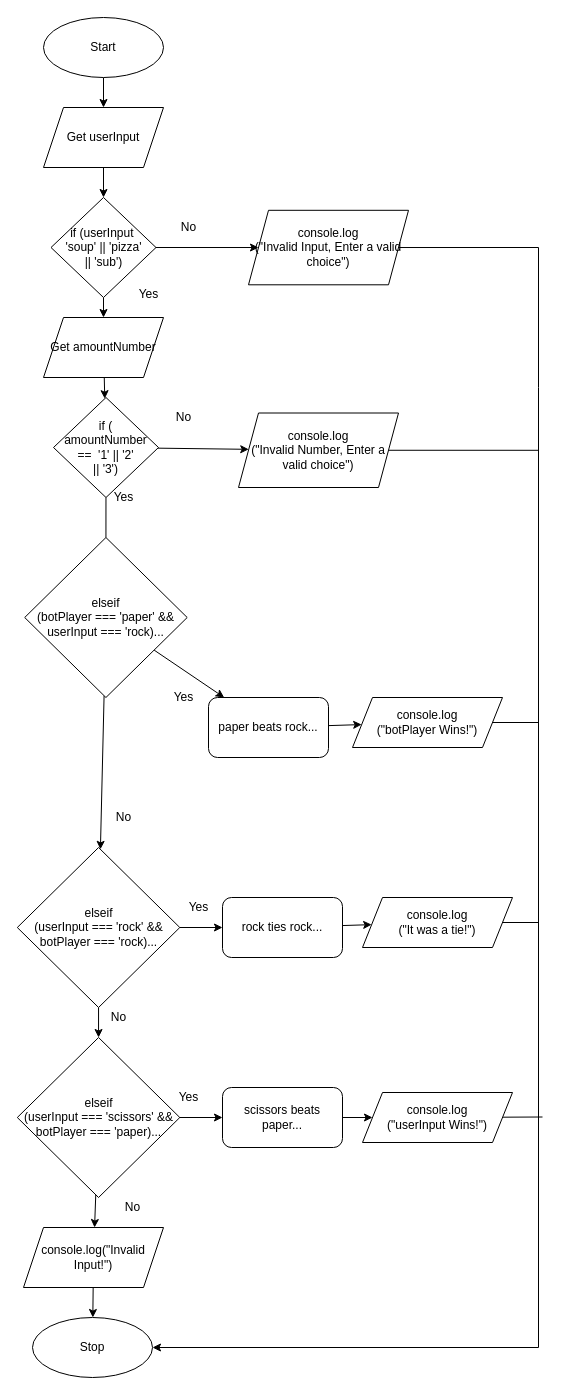
JacksonNaufal/ics4u-unit1-03-typescript keeps this draw.io diagram as Drawio/Flowchart.drawio. Above is the earlier version. Source tidied: cells renumbered, new cells numbered last; positions are measured from the earlier drawing's top-left corner, leaving out a move shared by most shapes. Both pictures are drawn from the tidied source at 100%, with x=0, y=0 at pixel (17, 17).
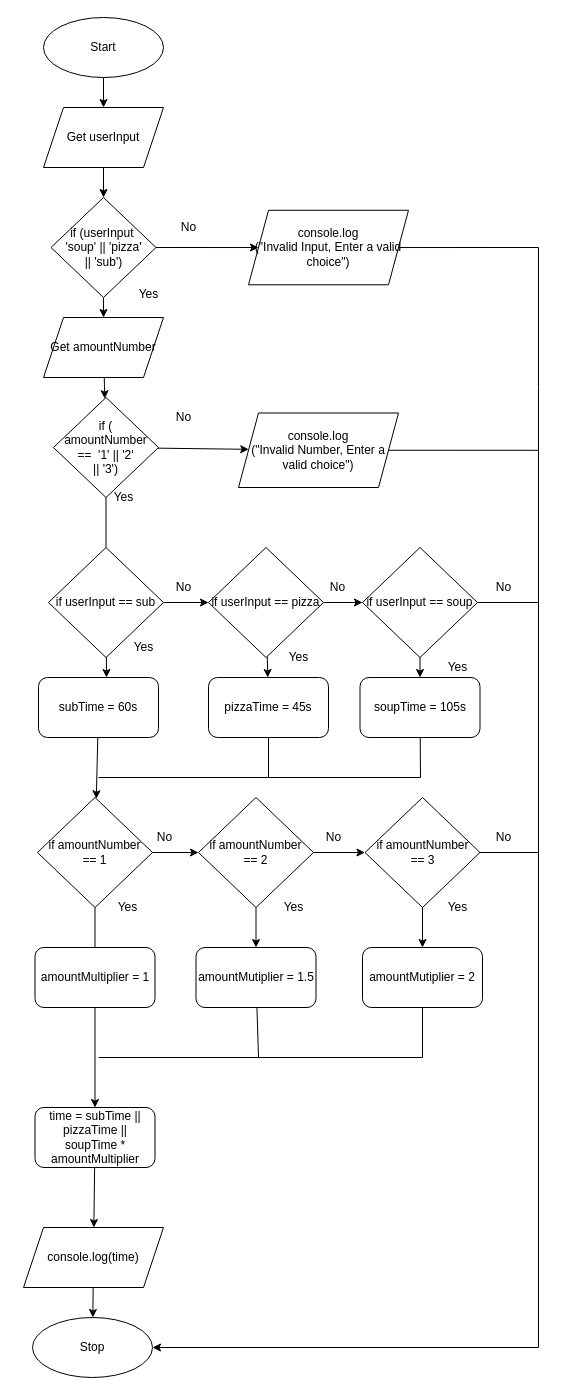
Above is the later version.

Diff of the diagram source:
```diff
@@
-    <mxCell id="7" style="edgeStyle=none;rounded=0;html=1;fontSize=10;endArrow=none;endFill=0;" parent="1" edge="1" source="8">
-      <mxGeometry relative="1" as="geometry">
-        <mxPoint x="521" y="705" as="targetPoint" />
-      </mxGeometry>
-    </mxCell>
-    <mxCell id="8" value="console.log&lt;br&gt;(&quot;botPlayer Wins!&quot;)" style="shape=parallelogram;perimeter=parallelogramPerimeter;whiteSpace=wrap;html=1;fixedSize=1;" parent="1" vertex="1">
-      <mxGeometry x="335" y="680" width="150" height="50" as="geometry" />
-    </mxCell>
@@
-    <mxCell id="10" value="console.log(&quot;Invalid Input!&quot;)" style="shape=parallelogram;perimeter=parallelogramPerimeter;whiteSpace=wrap;html=1;fixedSize=1;" parent="1" vertex="1">
+    <mxCell id="10" value="console.log(time)" style="shape=parallelogram;perimeter=parallelogramPerimeter;whiteSpace=wrap;html=1;fixedSize=1;" parent="1" vertex="1">
       <mxGeometry x="6" y="1210" width="140" height="60" as="geometry" />
     </mxCell>
@@
-    <mxCell id="14" style="edgeStyle=none;rounded=0;html=1;fontSize=10;endArrow=classic;endFill=1;" parent="1" edge="1" target="32">
-      <mxGeometry relative="1" as="geometry">
-        <mxPoint x="140" y="1100" as="sourcePoint" />
-      </mxGeometry>
-    </mxCell>
+    <mxCell id="52" style="edgeStyle=none;html=1;" parent="1" edge="1" source="17" target="56">
+      <mxGeometry relative="1" as="geometry" />
+    </mxCell>
-    <mxCell id="15" style="edgeStyle=none;rounded=0;html=1;fontSize=10;endArrow=classic;endFill=1;" parent="1" edge="1" source="17" target="28">
+    <mxCell id="15" style="edgeStyle=none;html=1;entryX=0.567;entryY=0;entryDx=0;entryDy=0;entryPerimeter=0;" parent="1" edge="1" source="17" target="28">
       <mxGeometry relative="1" as="geometry" />
     </mxCell>
-    <mxCell id="16" style="edgeStyle=none;html=1;" parent="1" edge="1" source="17" target="38">
-      <mxGeometry relative="1" as="geometry" />
-    </mxCell>
-    <mxCell id="17" value="elseif&lt;br&gt;(botPlayer === 'paper' &amp;amp;&amp;amp; userInput === 'rock)..." style="rhombus;whiteSpace=wrap;html=1;" parent="1" vertex="1">
-      <mxGeometry x="7.2" y="520" width="162.5" height="160" as="geometry" />
+    <mxCell id="17" value="if userInput == sub" style="rhombus;whiteSpace=wrap;html=1;" parent="1" vertex="1">
+      <mxGeometry x="31" y="530" width="115" height="110" as="geometry" />
     </mxCell>
-    <mxCell id="18" value="&lt;font style=&quot;font-size: 12px&quot;&gt;Yes&lt;/font&gt;" style="text;html=1;align=center;verticalAlign=middle;strokeColor=none;fillColor=none;fontSize=10;" parent="1" vertex="1">
-      <mxGeometry x="146" y="670" width="40" height="20" as="geometry" />
-    </mxCell>
-    <mxCell id="19" value="&lt;font style=&quot;font-size: 12px&quot;&gt;Yes&lt;/font&gt;" style="text;html=1;align=center;verticalAlign=middle;strokeColor=none;fillColor=none;fontSize=10;" parent="1" vertex="1">
-      <mxGeometry x="151" y="1070" width="40" height="20" as="geometry" />
-    </mxCell>
-    <mxCell id="20" value="&lt;font style=&quot;font-size: 12px&quot;&gt;No&lt;/font&gt;" style="text;html=1;align=center;verticalAlign=middle;strokeColor=none;fillColor=none;fontSize=10;" parent="1" vertex="1">
-      <mxGeometry x="91" y="790" width="30" height="20" as="geometry" />
-    </mxCell>
-    <mxCell id="21" value="&lt;font style=&quot;font-size: 12px&quot;&gt;No&lt;/font&gt;" style="text;html=1;align=center;verticalAlign=middle;strokeColor=none;fillColor=none;fontSize=10;" parent="1" vertex="1">
-      <mxGeometry x="86" y="990" width="30" height="20" as="geometry" />
-    </mxCell>
-    <mxCell id="22" value="&lt;font style=&quot;font-size: 12px&quot;&gt;No&lt;/font&gt;" style="text;html=1;align=center;verticalAlign=middle;strokeColor=none;fillColor=none;fontSize=10;" parent="1" vertex="1">
-      <mxGeometry x="100" y="1180" width="30" height="20" as="geometry" />
-    </mxCell>
-    <mxCell id="23" style="edgeStyle=none;rounded=0;html=1;fontSize=10;endArrow=none;endFill=0;" parent="1" edge="1" source="24">
-      <mxGeometry relative="1" as="geometry">
-        <mxPoint x="521" y="905" as="targetPoint" />
-      </mxGeometry>
-    </mxCell>
-    <mxCell id="24" value="console.log&lt;br&gt;(&quot;It was a tie!&quot;)" style="shape=parallelogram;perimeter=parallelogramPerimeter;whiteSpace=wrap;html=1;fixedSize=1;" parent="1" vertex="1">
-      <mxGeometry x="345" y="880" width="150" height="50" as="geometry" />
-    </mxCell>
@@
-    <mxCell id="27" style="edgeStyle=none;rounded=0;html=1;fontSize=10;endArrow=classic;endFill=1;" parent="1" edge="1" source="28" target="8">
-      <mxGeometry relative="1" as="geometry" />
-    </mxCell>
+    <mxCell id="53" style="edgeStyle=none;html=1;" parent="1" edge="1" source="28" target="71">
+      <mxGeometry relative="1" as="geometry" />
+    </mxCell>
-    <mxCell id="28" value="paper beats rock..." style="rounded=1;whiteSpace=wrap;html=1;" parent="1" vertex="1">
-      <mxGeometry x="191" y="680" width="120" height="60" as="geometry" />
+    <mxCell id="28" value="subTime = 60s" style="rounded=1;whiteSpace=wrap;html=1;" parent="1" vertex="1">
+      <mxGeometry x="21" y="660" width="120" height="60" as="geometry" />
     </mxCell>
-    <mxCell id="29" style="edgeStyle=none;rounded=0;html=1;fontSize=10;endArrow=classic;endFill=1;" parent="1" edge="1" source="30" target="24">
-      <mxGeometry relative="1" as="geometry" />
-    </mxCell>
-    <mxCell id="30" value="rock ties rock..." style="rounded=1;whiteSpace=wrap;html=1;" parent="1" vertex="1">
-      <mxGeometry x="205" y="880" width="120" height="60" as="geometry" />
-    </mxCell>
-    <mxCell id="31" style="edgeStyle=none;rounded=0;html=1;fontSize=10;endArrow=classic;endFill=1;" parent="1" edge="1" source="32" target="34">
-      <mxGeometry relative="1" as="geometry" />
-    </mxCell>
-    <mxCell id="32" value="scissors beats paper..." style="rounded=1;whiteSpace=wrap;html=1;" parent="1" vertex="1">
-      <mxGeometry x="205" y="1070" width="120" height="60" as="geometry" />
-    </mxCell>
-    <mxCell id="33" style="edgeStyle=none;rounded=0;html=1;fontSize=10;endArrow=none;endFill=0;" parent="1" edge="1" source="34">
-      <mxGeometry relative="1" as="geometry">
-        <mxPoint x="525" y="1099.5" as="targetPoint" />
-      </mxGeometry>
-    </mxCell>
-    <mxCell id="34" value="console.log&lt;br&gt;(&quot;userInput Wins!&quot;)" style="shape=parallelogram;perimeter=parallelogramPerimeter;whiteSpace=wrap;html=1;fixedSize=1;" parent="1" vertex="1">
-      <mxGeometry x="345" y="1075" width="150" height="50" as="geometry" />
-    </mxCell>
@@
-    <mxCell id="36" style="edgeStyle=none;html=1;" parent="1" edge="1" source="38" target="40">
-      <mxGeometry relative="1" as="geometry" />
-    </mxCell>
-    <mxCell id="37" style="edgeStyle=none;html=1;entryX=0;entryY=0.5;entryDx=0;entryDy=0;" parent="1" edge="1" source="38" target="30">
-      <mxGeometry relative="1" as="geometry" />
-    </mxCell>
-    <mxCell id="38" value="elseif&lt;br&gt;(userInput === 'rock' &amp;amp;&amp;amp; botPlayer === 'rock)..." style="rhombus;whiteSpace=wrap;html=1;" parent="1" vertex="1">
-      <mxGeometry x="-0.2" y="830" width="162.5" height="160" as="geometry" />
-    </mxCell>
-    <mxCell id="39" style="edgeStyle=none;html=1;" parent="1" edge="1" source="40" target="10">
-      <mxGeometry relative="1" as="geometry" />
-    </mxCell>
-    <mxCell id="40" value="elseif&lt;br&gt;(userInput === 'scissors' &amp;amp;&amp;amp; botPlayer === 'paper)..." style="rhombus;whiteSpace=wrap;html=1;" parent="1" vertex="1">
-      <mxGeometry x="-0.2" y="1020" width="162.5" height="160" as="geometry" />
-    </mxCell>
-    <mxCell id="41" value="&lt;font style=&quot;font-size: 12px&quot;&gt;Yes&lt;/font&gt;" style="text;html=1;align=center;verticalAlign=middle;strokeColor=none;fillColor=none;fontSize=10;" parent="1" vertex="1">
-      <mxGeometry x="161" y="880" width="40" height="20" as="geometry" />
-    </mxCell>
@@
+    <mxCell id="54" style="edgeStyle=none;html=1;" parent="1" edge="1" source="56" target="63">
+      <mxGeometry relative="1" as="geometry" />
+    </mxCell>
+    <mxCell id="55" style="edgeStyle=none;html=1;" parent="1" edge="1" source="56" target="58">
+      <mxGeometry relative="1" as="geometry" />
+    </mxCell>
+    <mxCell id="56" value="if userInput == pizza" style="rhombus;whiteSpace=wrap;html=1;" parent="1" vertex="1">
+      <mxGeometry x="191" y="530" width="115" height="110" as="geometry" />
+    </mxCell>
+    <mxCell id="57" style="edgeStyle=none;html=1;rounded=0;endArrow=none;endFill=0;" parent="1" edge="1" source="58">
+      <mxGeometry relative="1" as="geometry">
+        <mxPoint x="81" y="760" as="targetPoint" />
+        <Array as="points">
+          <mxPoint x="251" y="760" />
+        </Array>
+      </mxGeometry>
+    </mxCell>
+    <mxCell id="58" value="pizzaTime = 45s" style="rounded=1;whiteSpace=wrap;html=1;" parent="1" vertex="1">
+      <mxGeometry x="191" y="660" width="120" height="60" as="geometry" />
+    </mxCell>
+    <mxCell id="59" style="edgeStyle=none;html=1;rounded=0;endArrow=none;endFill=0;" parent="1" edge="1" source="60">
+      <mxGeometry relative="1" as="geometry">
+        <mxPoint x="251" y="760" as="targetPoint" />
+        <Array as="points">
+          <mxPoint x="403" y="760" />
+        </Array>
+      </mxGeometry>
+    </mxCell>
+    <mxCell id="60" value="soupTime = 105s" style="rounded=1;whiteSpace=wrap;html=1;" parent="1" vertex="1">
+      <mxGeometry x="342.5" y="660" width="120" height="60" as="geometry" />
+    </mxCell>
+    <mxCell id="61" style="edgeStyle=none;html=1;" parent="1" edge="1" source="63" target="60">
+      <mxGeometry relative="1" as="geometry" />
+    </mxCell>
+    <mxCell id="62" style="edgeStyle=none;rounded=0;html=1;endArrow=none;endFill=0;" parent="1" edge="1" source="63">
+      <mxGeometry relative="1" as="geometry">
+        <mxPoint x="521" y="585" as="targetPoint" />
+      </mxGeometry>
+    </mxCell>
+    <mxCell id="63" value="if userInput == soup" style="rhombus;whiteSpace=wrap;html=1;" parent="1" vertex="1">
+      <mxGeometry x="345" y="530" width="115" height="110" as="geometry" />
+    </mxCell>
+    <mxCell id="64" value="&lt;font style=&quot;font-size: 12px&quot;&gt;Yes&lt;/font&gt;" style="text;html=1;align=center;verticalAlign=middle;strokeColor=none;fillColor=none;fontSize=10;" parent="1" vertex="1">
+      <mxGeometry x="106" y="620" width="40" height="20" as="geometry" />
+    </mxCell>
+    <mxCell id="65" value="&lt;span style=&quot;font-size: 12px&quot;&gt;No&lt;/span&gt;" style="text;html=1;align=center;verticalAlign=middle;strokeColor=none;fillColor=none;fontSize=10;" parent="1" vertex="1">
+      <mxGeometry x="151" y="560" width="30" height="20" as="geometry" />
+    </mxCell>
+    <mxCell id="66" value="&lt;span style=&quot;font-size: 12px&quot;&gt;No&lt;/span&gt;" style="text;html=1;align=center;verticalAlign=middle;strokeColor=none;fillColor=none;fontSize=10;" parent="1" vertex="1">
+      <mxGeometry x="305" y="560" width="30" height="20" as="geometry" />
+    </mxCell>
+    <mxCell id="67" value="&lt;font style=&quot;font-size: 12px&quot;&gt;Yes&lt;/font&gt;" style="text;html=1;align=center;verticalAlign=middle;strokeColor=none;fillColor=none;fontSize=10;" parent="1" vertex="1">
+      <mxGeometry x="261" y="630" width="40" height="20" as="geometry" />
+    </mxCell>
+    <mxCell id="68" value="&lt;font style=&quot;font-size: 12px&quot;&gt;Yes&lt;/font&gt;" style="text;html=1;align=center;verticalAlign=middle;strokeColor=none;fillColor=none;fontSize=10;" parent="1" vertex="1">
+      <mxGeometry x="420" y="640" width="40" height="20" as="geometry" />
+    </mxCell>
+    <mxCell id="69" style="edgeStyle=none;rounded=0;html=1;endArrow=classic;endFill=1;" parent="1" edge="1" source="71" target="74">
+      <mxGeometry relative="1" as="geometry" />
+    </mxCell>
+    <mxCell id="70" style="edgeStyle=none;rounded=0;html=1;endArrow=none;endFill=0;" parent="1" edge="1" source="71" target="85">
+      <mxGeometry relative="1" as="geometry" />
+    </mxCell>
+    <mxCell id="71" value="if amountNumber &lt;br&gt;== 1" style="rhombus;whiteSpace=wrap;html=1;" parent="1" vertex="1">
+      <mxGeometry x="20" y="780" width="115" height="110" as="geometry" />
+    </mxCell>
+    <mxCell id="72" style="edgeStyle=none;rounded=0;html=1;endArrow=classic;endFill=1;" parent="1" edge="1" source="74" target="77">
+      <mxGeometry relative="1" as="geometry" />
+    </mxCell>
+    <mxCell id="73" style="edgeStyle=none;rounded=0;html=1;endArrow=classic;endFill=1;" parent="1" edge="1" source="74" target="87">
+      <mxGeometry relative="1" as="geometry" />
+    </mxCell>
+    <mxCell id="74" value="if amountNumber &lt;br&gt;== 2" style="rhombus;whiteSpace=wrap;html=1;" parent="1" vertex="1">
+      <mxGeometry x="181" y="780" width="115" height="110" as="geometry" />
+    </mxCell>
+    <mxCell id="75" style="edgeStyle=none;rounded=0;html=1;endArrow=none;endFill=0;" parent="1" edge="1" source="77">
+      <mxGeometry relative="1" as="geometry">
+        <mxPoint x="521" y="835" as="targetPoint" />
+      </mxGeometry>
+    </mxCell>
+    <mxCell id="76" style="edgeStyle=none;rounded=0;html=1;endArrow=classic;endFill=1;" parent="1" edge="1" source="77" target="89">
+      <mxGeometry relative="1" as="geometry" />
+    </mxCell>
+    <mxCell id="77" value="if amountNumber &lt;br&gt;== 3" style="rhombus;whiteSpace=wrap;html=1;" parent="1" vertex="1">
+      <mxGeometry x="347.5" y="780" width="115" height="110" as="geometry" />
+    </mxCell>
+    <mxCell id="78" value="&lt;font style=&quot;font-size: 12px&quot;&gt;Yes&lt;/font&gt;" style="text;html=1;align=center;verticalAlign=middle;strokeColor=none;fillColor=none;fontSize=10;" parent="1" vertex="1">
+      <mxGeometry x="90" y="880" width="40" height="20" as="geometry" />
+    </mxCell>
+    <mxCell id="79" value="&lt;font style=&quot;font-size: 12px&quot;&gt;Yes&lt;/font&gt;" style="text;html=1;align=center;verticalAlign=middle;strokeColor=none;fillColor=none;fontSize=10;" parent="1" vertex="1">
+      <mxGeometry x="256" y="880" width="40" height="20" as="geometry" />
+    </mxCell>
+    <mxCell id="80" value="&lt;font style=&quot;font-size: 12px&quot;&gt;Yes&lt;/font&gt;" style="text;html=1;align=center;verticalAlign=middle;strokeColor=none;fillColor=none;fontSize=10;" parent="1" vertex="1">
+      <mxGeometry x="420" y="880" width="40" height="20" as="geometry" />
+    </mxCell>
+    <mxCell id="81" value="&lt;span style=&quot;font-size: 12px&quot;&gt;No&lt;/span&gt;" style="text;html=1;align=center;verticalAlign=middle;strokeColor=none;fillColor=none;fontSize=10;" parent="1" vertex="1">
+      <mxGeometry x="132.2" y="810" width="30" height="20" as="geometry" />
+    </mxCell>
+    <mxCell id="82" value="&lt;span style=&quot;font-size: 12px&quot;&gt;No&lt;/span&gt;" style="text;html=1;align=center;verticalAlign=middle;strokeColor=none;fillColor=none;fontSize=10;" parent="1" vertex="1">
+      <mxGeometry x="301" y="810" width="30" height="20" as="geometry" />
+    </mxCell>
+    <mxCell id="83" value="&lt;span style=&quot;font-size: 12px&quot;&gt;No&lt;/span&gt;" style="text;html=1;align=center;verticalAlign=middle;strokeColor=none;fillColor=none;fontSize=10;" parent="1" vertex="1">
+      <mxGeometry x="471" y="810" width="30" height="20" as="geometry" />
+    </mxCell>
+    <mxCell id="84" style="edgeStyle=none;rounded=0;html=1;endArrow=classic;endFill=1;" parent="1" edge="1" source="85" target="91">
+      <mxGeometry relative="1" as="geometry" />
+    </mxCell>
+    <mxCell id="85" value="amountMultiplier = 1" style="rounded=1;whiteSpace=wrap;html=1;" parent="1" vertex="1">
+      <mxGeometry x="17.5" y="930" width="120" height="60" as="geometry" />
+    </mxCell>
+    <mxCell id="86" style="edgeStyle=none;rounded=0;html=1;endArrow=none;endFill=0;" parent="1" edge="1" source="87">
+      <mxGeometry relative="1" as="geometry">
+        <mxPoint x="81" y="1040" as="targetPoint" />
+        <Array as="points">
+          <mxPoint x="241" y="1040" />
+        </Array>
+      </mxGeometry>
+    </mxCell>
+    <mxCell id="87" value="amountMutiplier = 1.5" style="rounded=1;whiteSpace=wrap;html=1;" parent="1" vertex="1">
+      <mxGeometry x="178.5" y="930" width="120" height="60" as="geometry" />
+    </mxCell>
+    <mxCell id="88" style="edgeStyle=none;rounded=0;html=1;endArrow=none;endFill=0;" parent="1" edge="1" source="89">
+      <mxGeometry relative="1" as="geometry">
+        <mxPoint x="241" y="1040" as="targetPoint" />
+        <Array as="points">
+          <mxPoint x="405" y="1040" />
+        </Array>
+      </mxGeometry>
+    </mxCell>
+    <mxCell id="89" value="amountMutiplier = 2" style="rounded=1;whiteSpace=wrap;html=1;" parent="1" vertex="1">
+      <mxGeometry x="345" y="930" width="120" height="60" as="geometry" />
+    </mxCell>
+    <mxCell id="90" style="edgeStyle=none;rounded=0;html=1;endArrow=classic;endFill=1;" parent="1" edge="1" source="91" target="10">
+      <mxGeometry relative="1" as="geometry" />
+    </mxCell>
+    <mxCell id="91" value="time = subTime || pizzaTime || soupTime * amountMultiplier" style="rounded=1;whiteSpace=wrap;html=1;" parent="1" vertex="1">
+      <mxGeometry x="17.5" y="1090" width="120" height="60" as="geometry" />
+    </mxCell>
+    <mxCell id="92" value="&lt;span style=&quot;font-size: 12px&quot;&gt;No&lt;/span&gt;" style="text;html=1;align=center;verticalAlign=middle;strokeColor=none;fillColor=none;fontSize=10;" parent="1" vertex="1">
+      <mxGeometry x="471" y="560" width="30" height="20" as="geometry" />
+    </mxCell>
```
